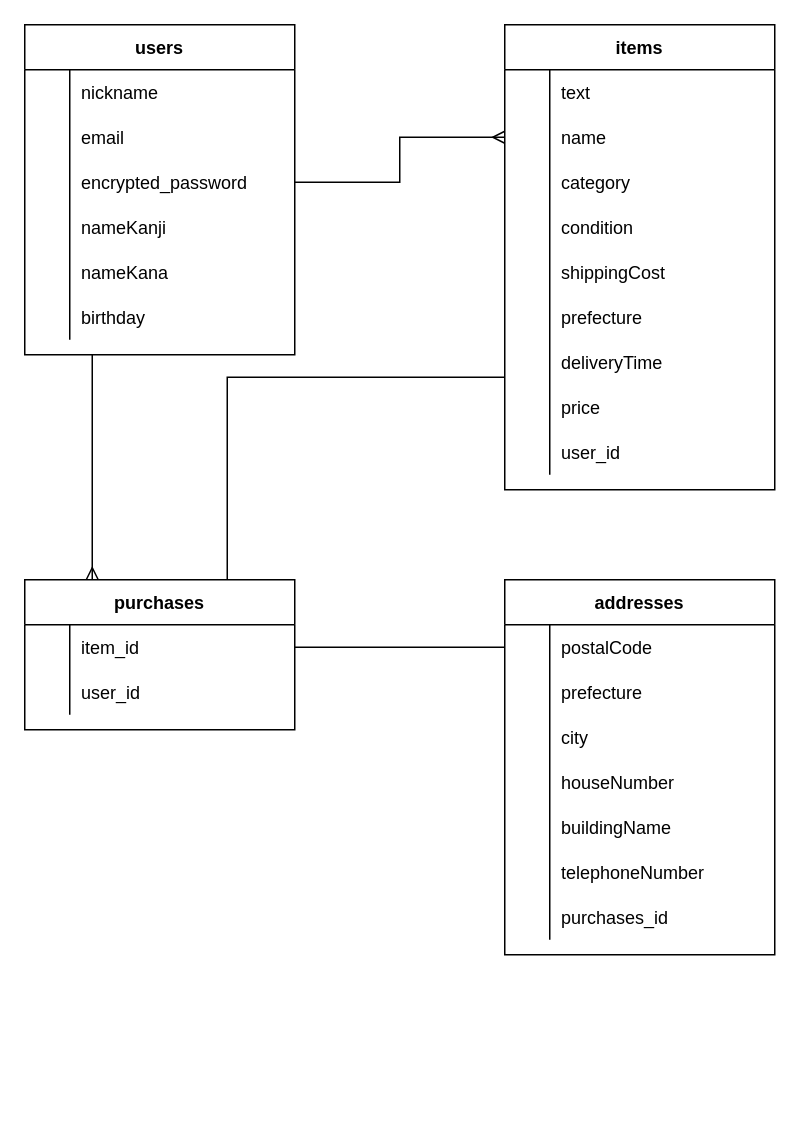
Before: test.dio in keisuzuk-rush/furima-36389, a draw.io diagram. Source tidied: cells renumbered, new cells numbered last; positions are measured from the earlier drawing's top-left corner, leaving out a move shared by most shapes. Both pictures are drawn from the tidied source at 150%, with x=0, y=0 at pixel (24, 24).
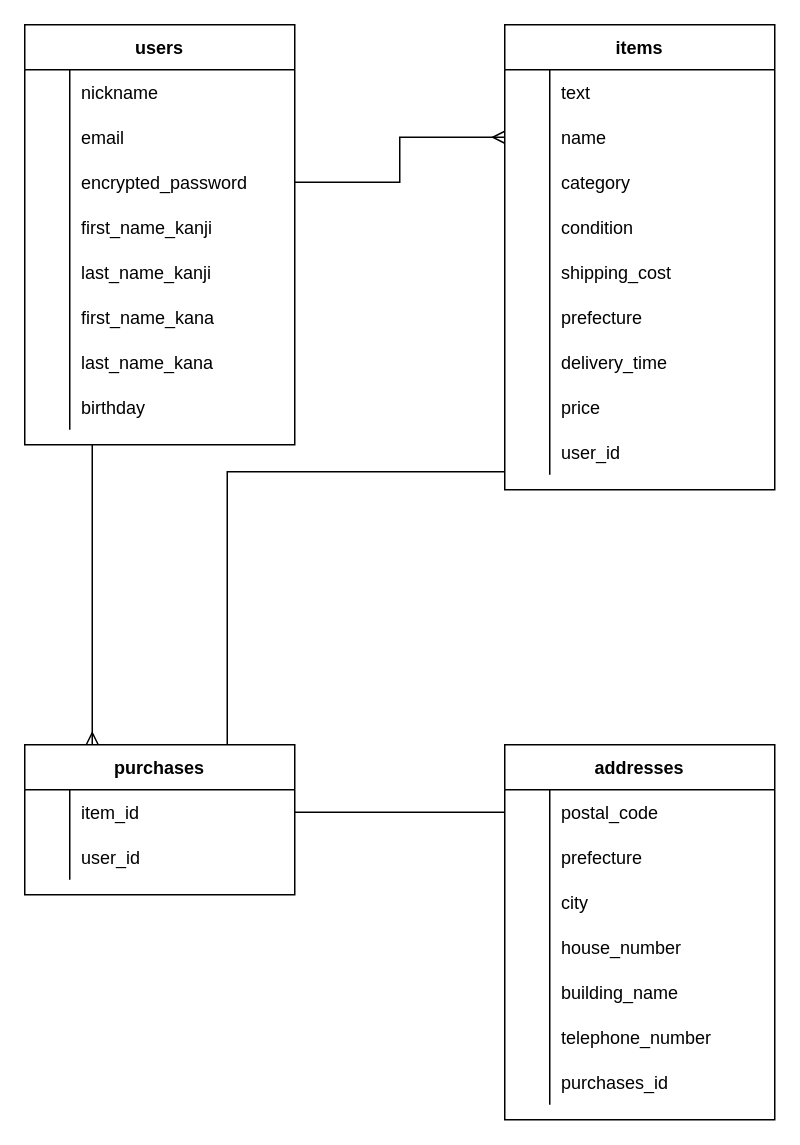
After the change.

Commit message (it also covers changes not shown here):
READMEにデータベース設計の記述修正2

The change refers to these unchanged cells:
```xml
<mxCell id="13" style="shape=partialRectangle;fillColor=none;top=0;left=0;bottom=0;right=0;" parent="3" vertex="1">
  <mxGeometry y="120" width="180" height="30" as="geometry" />
</mxCell>
<mxCell id="23" style="shape=partialRectangle;fillColor=none;top=0;left=0;bottom=0;right=0;points=[[0,0.5],[1,0.5]];portConstraint=eastwest;" parent="22" vertex="1">
  <mxGeometry y="30" width="180" height="30" as="geometry" />
</mxCell>
<mxCell id="32" style="shape=partialRectangle;fillColor=none;top=0;left=0;bottom=0;right=0;" parent="22" vertex="1">
  <mxGeometry y="120" width="180" height="30" as="geometry" />
</mxCell>
<mxCell id="35" style="shape=partialRectangle;fillColor=none;top=0;left=0;bottom=0;right=0;" parent="22" vertex="1">
  <mxGeometry y="150" width="180" height="30" as="geometry" />
</mxCell>
<mxCell id="38" style="shape=partialRectangle;fillColor=none;top=0;left=0;bottom=0;right=0;" parent="22" vertex="1">
  <mxGeometry y="180" width="180" height="30" as="geometry" />
</mxCell>
<mxCell id="65" style="shape=partialRectangle;fillColor=none;top=0;left=0;bottom=0;right=0;" parent="52" vertex="1">
  <mxGeometry y="150" width="180" height="30" as="geometry" />
</mxCell>
<mxCell id="71" style="shape=partialRectangle;fillColor=none;top=0;left=0;bottom=0;right=0;points=[[0,0.5],[1,0.5]];portConstraint=eastwest;" parent="52" vertex="1">
  <mxGeometry y="210" width="180" height="30" as="geometry" />
</mxCell>
<mxCell id="77" style="shape=partialRectangle;fillColor=none;top=0;left=0;bottom=0;right=0;points=[[0,0.5],[1,0.5]];portConstraint=eastwest;" parent="52" vertex="1">
  <mxGeometry y="270" width="180" height="30" as="geometry" />
</mxCell>
```

The edit, as a diff of the source:
```diff
@@
     <mxCell id="3" value="users" style="shape=table;startSize=30;childLayout=tableLayout;rowLines=0;fontStyle=1;align=center;" parent="1" vertex="1">
-      <mxGeometry width="180" height="220" as="geometry" />
+      <mxGeometry width="180" height="280" as="geometry" />
     </mxCell>
@@
-    <mxCell id="15" value="nameKanji" style="shape=partialRectangle;fillColor=none;top=0;left=0;bottom=0;right=0;align=left;spacingLeft=6;overflow=hidden;" parent="13" vertex="1">
+    <mxCell id="15" value="first_name_kanji" style="shape=partialRectangle;fillColor=none;top=0;left=0;bottom=0;right=0;align=left;spacingLeft=6;overflow=hidden;" parent="13" vertex="1">
       <mxGeometry x="30" width="150" height="30" as="geometry" />
     </mxCell>
+    <mxCell id="82" style="shape=partialRectangle;fillColor=none;top=0;left=0;bottom=0;right=0;" parent="3" vertex="1">
+      <mxGeometry y="150" width="180" height="30" as="geometry" />
+    </mxCell>
+    <mxCell id="83" style="shape=partialRectangle;fillColor=none;top=0;left=0;bottom=0;right=0;overflow=hidden;" parent="82" vertex="1">
+      <mxGeometry width="30" height="30" as="geometry" />
+    </mxCell>
+    <mxCell id="84" value="last_name_kanji" style="shape=partialRectangle;fillColor=none;top=0;left=0;bottom=0;right=0;align=left;spacingLeft=6;overflow=hidden;" parent="82" vertex="1">
+      <mxGeometry x="30" width="150" height="30" as="geometry" />
+    </mxCell>
     <mxCell id="16" style="shape=partialRectangle;fillColor=none;top=0;left=0;bottom=0;right=0;" parent="3" vertex="1">
-      <mxGeometry y="150" width="180" height="30" as="geometry" />
+      <mxGeometry y="180" width="180" height="30" as="geometry" />
     </mxCell>
@@
-    <mxCell id="18" value="nameKana" style="shape=partialRectangle;fillColor=none;top=0;left=0;bottom=0;right=0;align=left;spacingLeft=6;overflow=hidden;" parent="16" vertex="1">
+    <mxCell id="18" value="first_name_kana" style="shape=partialRectangle;fillColor=none;top=0;left=0;bottom=0;right=0;align=left;spacingLeft=6;overflow=hidden;" parent="16" vertex="1">
       <mxGeometry x="30" width="150" height="30" as="geometry" />
     </mxCell>
+    <mxCell id="85" style="shape=partialRectangle;fillColor=none;top=0;left=0;bottom=0;right=0;" parent="3" vertex="1">
+      <mxGeometry y="210" width="180" height="30" as="geometry" />
+    </mxCell>
+    <mxCell id="86" style="shape=partialRectangle;fillColor=none;top=0;left=0;bottom=0;right=0;overflow=hidden;" parent="85" vertex="1">
+      <mxGeometry width="30" height="30" as="geometry" />
+    </mxCell>
+    <mxCell id="87" value="last_name_kana" style="shape=partialRectangle;fillColor=none;top=0;left=0;bottom=0;right=0;align=left;spacingLeft=6;overflow=hidden;" parent="85" vertex="1">
+      <mxGeometry x="30" width="150" height="30" as="geometry" />
+    </mxCell>
     <mxCell id="19" style="shape=partialRectangle;fillColor=none;top=0;left=0;bottom=0;right=0;" parent="3" vertex="1">
-      <mxGeometry y="180" width="180" height="30" as="geometry" />
+      <mxGeometry y="240" width="180" height="30" as="geometry" />
     </mxCell>
@@
     <mxCell id="22" value="addresses" style="shape=table;startSize=30;childLayout=tableLayout;rowLines=0;fontStyle=1;align=center;" parent="1" vertex="1">
-      <mxGeometry x="320" y="370" width="180" height="250" as="geometry" />
+      <mxGeometry x="320" y="480" width="180" height="250" as="geometry" />
     </mxCell>
@@
-    <mxCell id="25" value="postalCode" style="shape=partialRectangle;fillColor=none;top=0;left=0;bottom=0;right=0;align=left;spacingLeft=6;overflow=hidden;" parent="23" vertex="1">
+    <mxCell id="25" value="postal_code" style="shape=partialRectangle;fillColor=none;top=0;left=0;bottom=0;right=0;align=left;spacingLeft=6;overflow=hidden;" parent="23" vertex="1">
       <mxGeometry x="30" width="150" height="30" as="geometry" />
     </mxCell>
@@
-    <mxCell id="34" value="houseNumber" style="shape=partialRectangle;fillColor=none;top=0;left=0;bottom=0;right=0;align=left;spacingLeft=6;overflow=hidden;" parent="32" vertex="1">
+    <mxCell id="34" value="house_number" style="shape=partialRectangle;fillColor=none;top=0;left=0;bottom=0;right=0;align=left;spacingLeft=6;overflow=hidden;" parent="32" vertex="1">
       <mxGeometry x="30" width="150" height="30" as="geometry" />
     </mxCell>
@@
-    <mxCell id="37" value="buildingName" style="shape=partialRectangle;fillColor=none;top=0;left=0;bottom=0;right=0;align=left;spacingLeft=6;overflow=hidden;" parent="35" vertex="1">
+    <mxCell id="37" value="building_name" style="shape=partialRectangle;fillColor=none;top=0;left=0;bottom=0;right=0;align=left;spacingLeft=6;overflow=hidden;" parent="35" vertex="1">
       <mxGeometry x="30" width="150" height="30" as="geometry" />
     </mxCell>
@@
-    <mxCell id="40" value="telephoneNumber" style="shape=partialRectangle;fillColor=none;top=0;left=0;bottom=0;right=0;align=left;spacingLeft=6;overflow=hidden;" parent="38" vertex="1">
+    <mxCell id="40" value="telephone_number" style="shape=partialRectangle;fillColor=none;top=0;left=0;bottom=0;right=0;align=left;spacingLeft=6;overflow=hidden;" parent="38" vertex="1">
       <mxGeometry x="30" width="150" height="30" as="geometry" />
     </mxCell>
@@
-    <mxCell id="44" style="edgeStyle=orthogonalEdgeStyle;rounded=0;jettySize=auto;html=1;exitX=0.75;exitY=0;exitDx=0;exitDy=0;endArrow=none;endFill=0;entryX=0;entryY=0.833;entryDx=0;entryDy=0;entryPerimeter=0;" parent="1" edge="1" source="45" target="71">
+    <mxCell id="44" style="edgeStyle=orthogonalEdgeStyle;rounded=0;jettySize=auto;html=1;exitX=0.75;exitY=0;exitDx=0;exitDy=0;endArrow=none;endFill=0;entryX=0;entryY=0.933;entryDx=0;entryDy=0;entryPerimeter=0;" parent="1" edge="1" source="45" target="77">
       <mxGeometry relative="1" as="geometry" />
     </mxCell>
     <mxCell id="45" value="purchases" style="shape=table;startSize=30;childLayout=tableLayout;rowLines=0;fontStyle=1;align=center;" parent="1" vertex="1">
-      <mxGeometry y="370" width="180" height="100" as="geometry" />
+      <mxGeometry y="480" width="180" height="100" as="geometry" />
     </mxCell>
@@
-    <mxCell id="67" value="shippingCost" style="shape=partialRectangle;fillColor=none;top=0;left=0;bottom=0;right=0;align=left;spacingLeft=6;overflow=hidden;" parent="65" vertex="1">
+    <mxCell id="67" value="shipping_cost" style="shape=partialRectangle;fillColor=none;top=0;left=0;bottom=0;right=0;align=left;spacingLeft=6;overflow=hidden;" parent="65" vertex="1">
       <mxGeometry x="30" width="150" height="30" as="geometry" />
     </mxCell>
@@
-    <mxCell id="73" value="deliveryTime" style="shape=partialRectangle;fillColor=none;top=0;left=0;bottom=0;right=0;align=left;spacingLeft=6;overflow=hidden;" parent="71" vertex="1">
+    <mxCell id="73" value="delivery_time" style="shape=partialRectangle;fillColor=none;top=0;left=0;bottom=0;right=0;align=left;spacingLeft=6;overflow=hidden;" parent="71" vertex="1">
       <mxGeometry x="30" width="150" height="30" as="geometry" />
     </mxCell>
```
